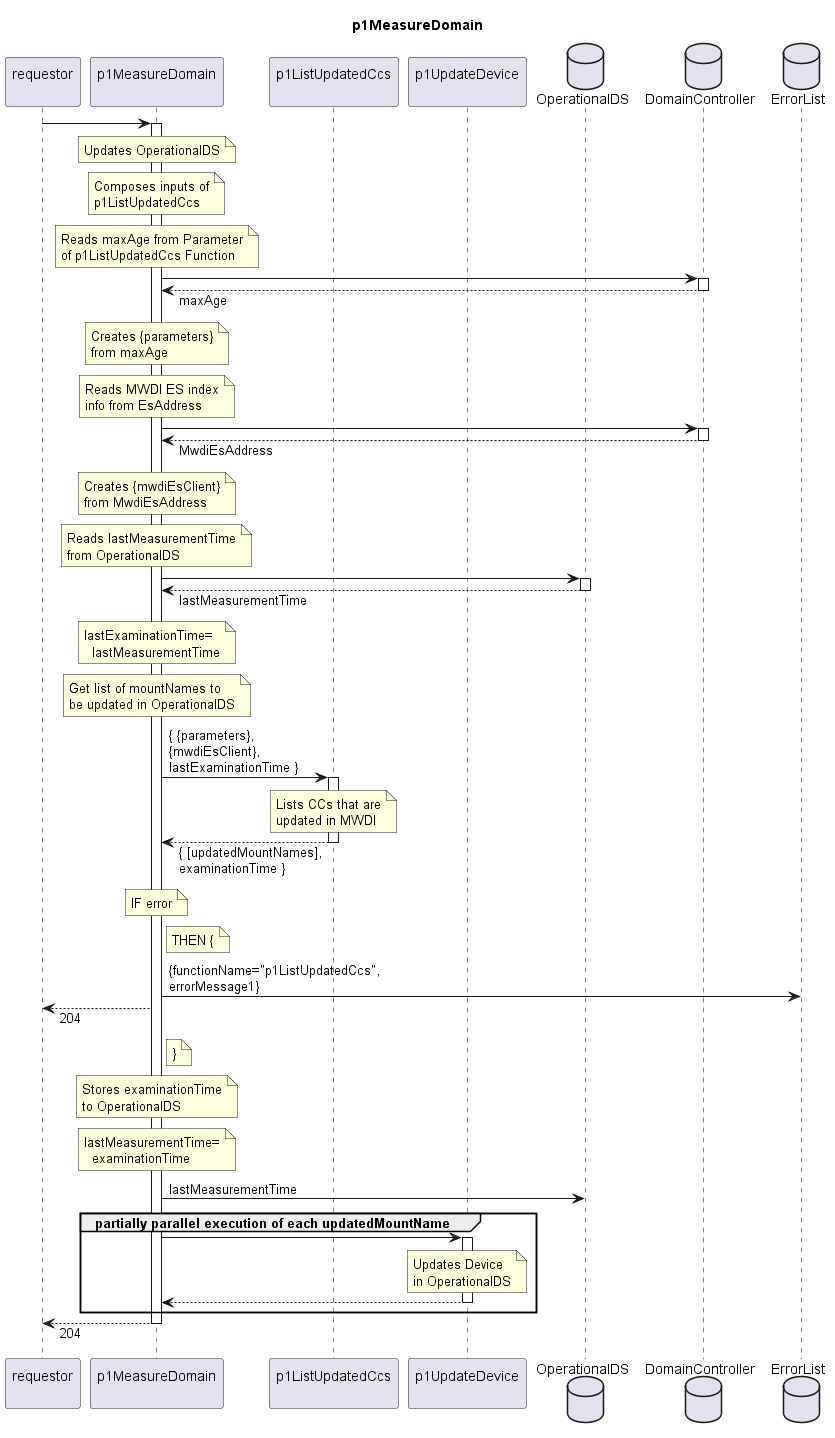
This is spec/Functions/Measurement/p1MeasureDomain/1.0.0/p1MeasureDomain.png from openBackhaul/FirmWareManager, a PlantUML export, as it was before one commit.
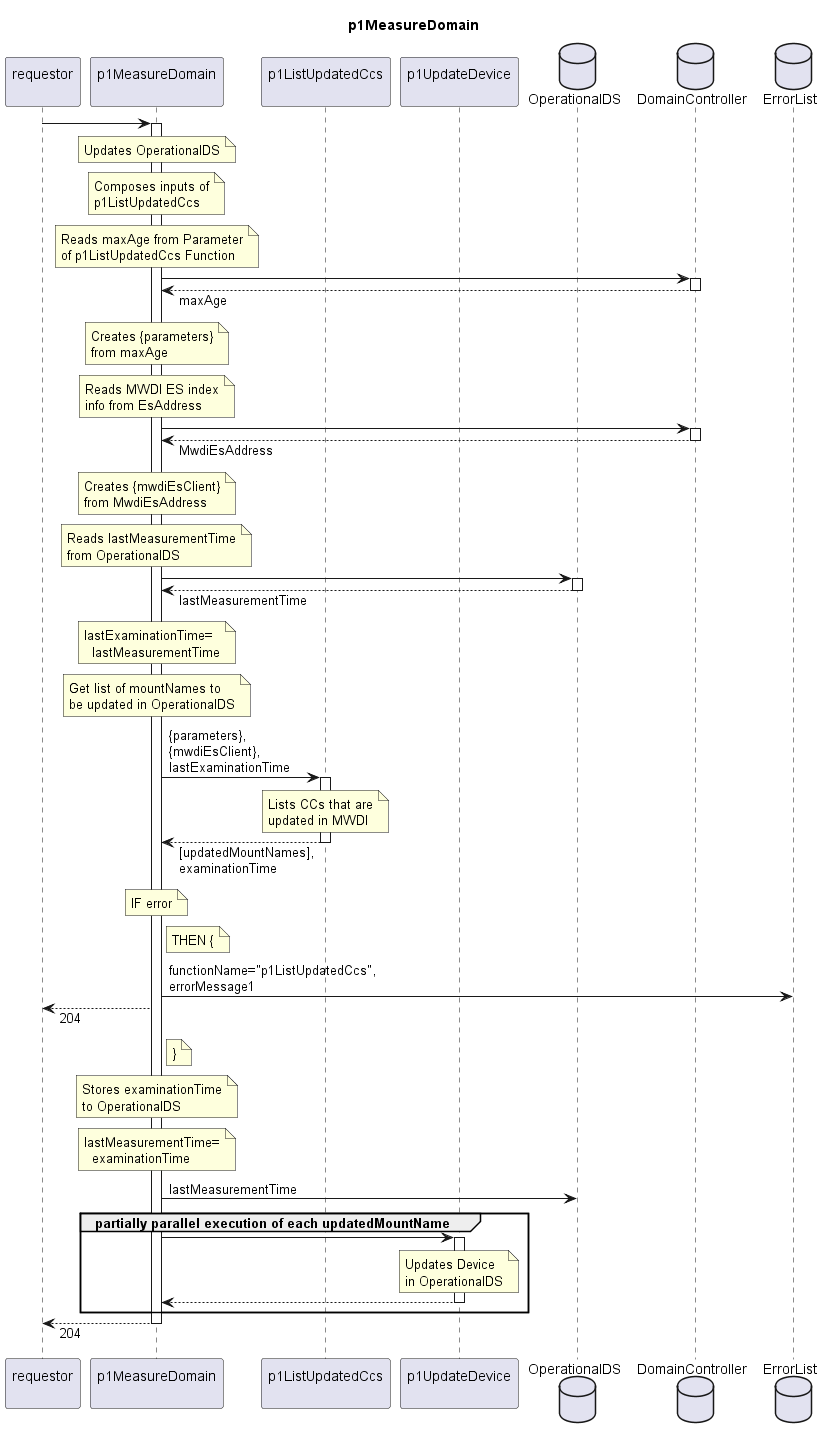
The same file after the commit.

What changed in the source:
```diff
@@ -66,13 +66,13 @@
     Get list of mountNames to
     be updated in OperationalDS
   end note
-  indServ -> listCcs: { {parameters},\n{mwdiEsClient},\nlastExaminationTime }
+  indServ -> listCcs: {parameters},\n{mwdiEsClient},\nlastExaminationTime
   activate listCcs
     note over listCcs
       Lists CCs that are
       updated in MWDI
     end note
-  indServ <-- listCcs: { [updatedMountNames],\nexaminationTime }
+  indServ <-- listCcs: [updatedMountNames],\nexaminationTime
   deactivate listCcs
   note over indServ
     IF error
@@ -80,7 +80,7 @@
   note right indServ
     THEN {
   end note
-  indServ -> hEL: {functionName="p1ListUpdatedCcs",\nerrorMessage1}
+  indServ -> hEL: functionName="p1ListUpdatedCcs",\nerrorMessage1
   requestor <-- indServ: 204
   note right indServ
     }
```
